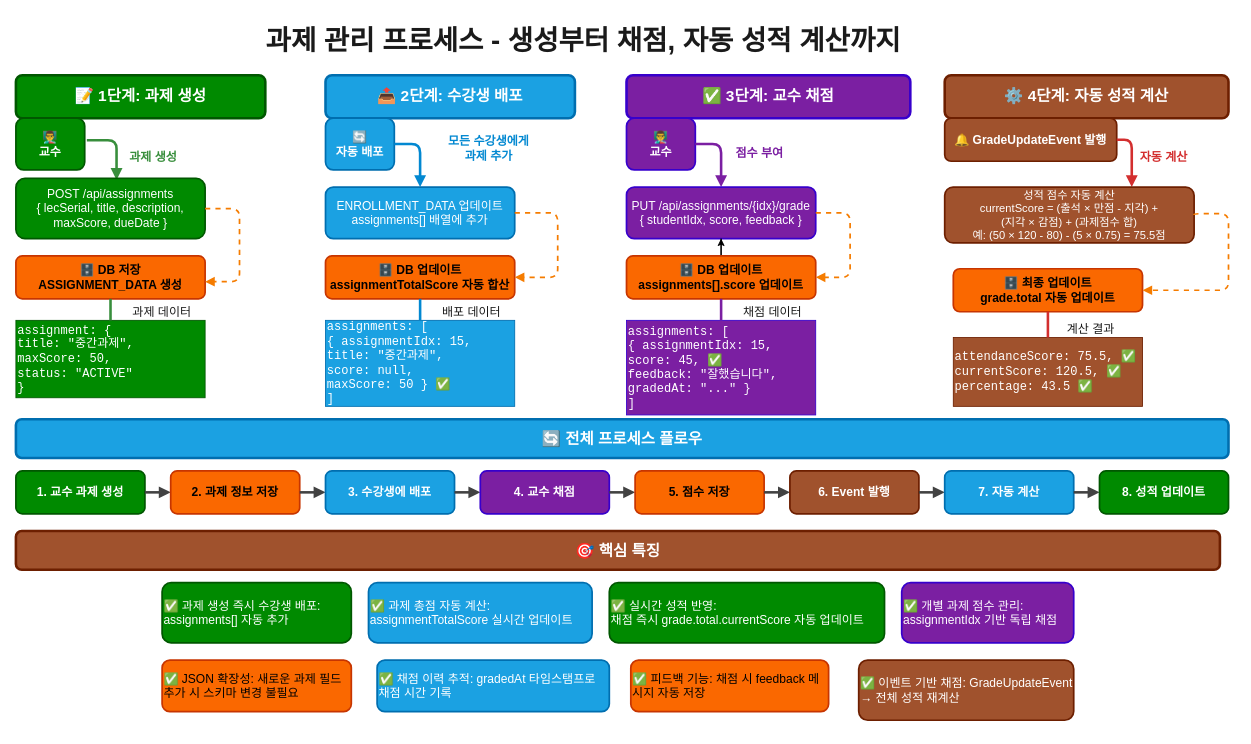
This is backend/BlueCrab/docs/강의관련문서-신판/PPT용 다이어그램/성적 관리 시스템/다이어그램2/04_과제관리_프로세스.drawio from hooting76/blue-crab-lms, a draw.io file, before an edit. Source tidied: cells renumbered, new cells numbered last; positions are measured from the earlier drawing's top-left corner, leaving out a move shared by most shapes. Both pictures are drawn from the tidied source at 86%, with x=0, y=0 at pixel (15, 15).
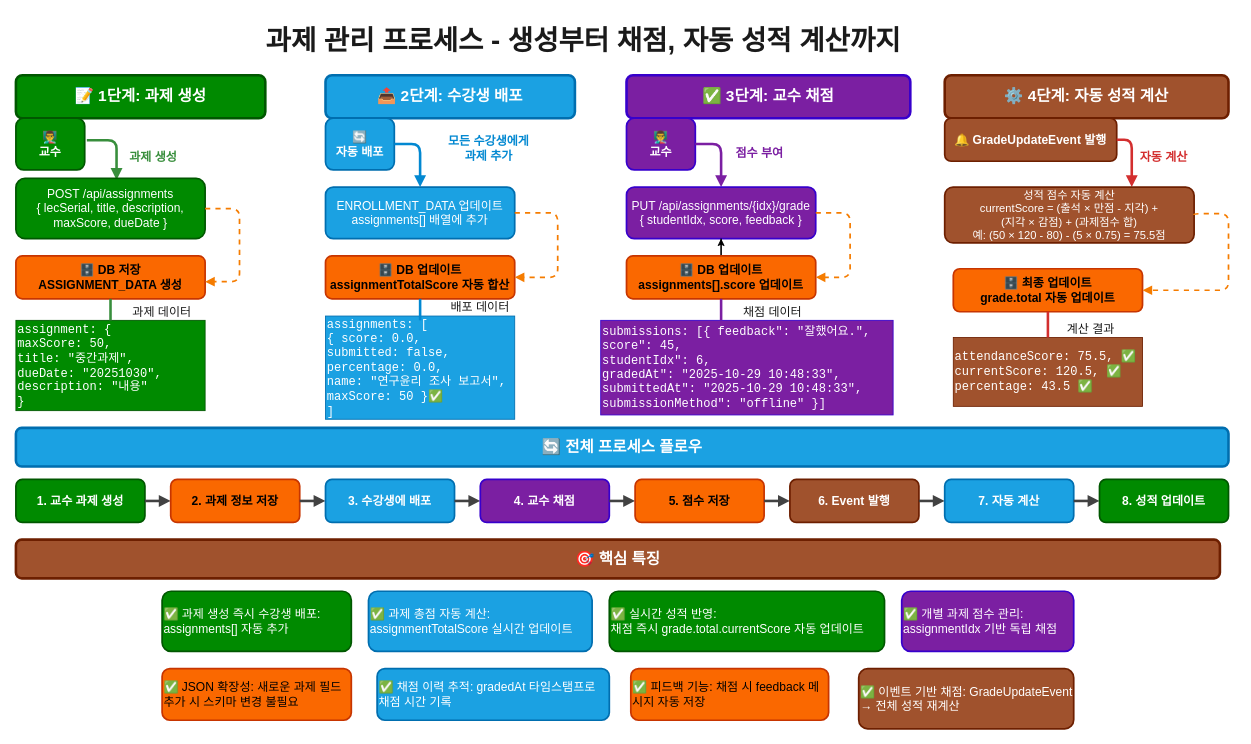
The same page after the edit.

Change to the diagram source:
```diff
@@
-    <mxCell id="10" value="assignment: {&#10;  title: &quot;중간과제&quot;,&#10;  maxScore: 50,&#10;  status: &quot;ACTIVE&quot;&#10;}" style="rounded=0;whiteSpace=wrap;html=1;fillColor=#008a00;strokeColor=#005700;strokeWidth=1;fontSize=14;fontColor=#ffffff;align=left;fontFamily=Courier New;" parent="1" vertex="1">
-      <mxGeometry y="355" width="220" height="90" as="geometry" />
+    <mxCell id="10" value="&lt;div&gt;assignment: {&lt;/div&gt;&lt;div&gt;maxScore: 50,&lt;/div&gt;&lt;div&gt;title: &quot;중간과제&quot;,&lt;/div&gt;&lt;div&gt;dueDate: &quot;20251030&quot;,&lt;/div&gt;&lt;div&gt;description: &quot;내용&quot;&lt;/div&gt;&lt;div&gt;}&lt;/div&gt;" style="rounded=0;whiteSpace=wrap;html=1;fillColor=#008a00;strokeColor=#005700;strokeWidth=1;fontSize=14;fontColor=#ffffff;align=left;fontFamily=Courier New;" parent="1" vertex="1">
+      <mxGeometry y="355" width="220" height="105" as="geometry" />
     </mxCell>
@@
-    <mxCell id="18" value="assignments: [&#10;  { assignmentIdx: 15,&#10;    title: &quot;중간과제&quot;,&#10;    score: null,&#10;    maxScore: 50 } ✅&#10;]" style="rounded=0;whiteSpace=wrap;html=1;fillColor=#1ba1e2;strokeColor=#006EAF;strokeWidth=1;fontSize=14;fontColor=#ffffff;align=left;fontFamily=Courier New;" parent="1" vertex="1">
-      <mxGeometry x="360" y="355" width="220" height="100" as="geometry" />
+    <mxCell id="18" value="&lt;div&gt;assignments: [&lt;/div&gt;&lt;div&gt;{ score: 0.0,&lt;/div&gt;&lt;div&gt;submitted: false,&lt;/div&gt;&lt;div&gt;percentage: 0.0,&lt;/div&gt;&lt;div&gt;name: &quot;연구윤리 조사 보고서&quot;,&lt;/div&gt;&lt;div&gt;maxScore: 50 }✅&lt;/div&gt;&lt;div&gt;]&lt;/div&gt;" style="rounded=0;whiteSpace=wrap;html=1;fillColor=#1ba1e2;strokeColor=#006EAF;strokeWidth=1;fontSize=14;fontColor=#ffffff;align=left;fontFamily=Courier New;" parent="1" vertex="1">
+      <mxGeometry x="360" y="350" width="220" height="120" as="geometry" />
     </mxCell>
@@
-    <mxCell id="27" value="assignments: [&#10;  { assignmentIdx: 15,&#10;    score: 45, ✅&#10;    feedback: &quot;잘했습니다&quot;,&#10;    gradedAt: &quot;...&quot; }&#10;]" style="rounded=0;whiteSpace=wrap;html=1;fillColor=light-dark(#7B1FA2,#FF66FF);strokeColor=#3700CC;strokeWidth=1;fontSize=14;fontColor=#ffffff;align=left;fontFamily=Courier New;" parent="1" vertex="1">
-      <mxGeometry x="710" y="355" width="220" height="110" as="geometry" />
+    <mxCell id="27" value="&lt;div&gt;submissions: [&lt;span style=&quot;background-color: transparent; color: light-dark(rgb(255, 255, 255), rgb(18, 18, 18));&quot;&gt;{ feedback&quot;: &quot;잘했어요.&quot;,&lt;/span&gt;&lt;/div&gt;&lt;div&gt;score&quot;: 45,&lt;/div&gt;&lt;div&gt;studentIdx&quot;: 6,&lt;/div&gt;&lt;div&gt;gradedAt&quot;: &quot;2025-10-29 10:48:33&quot;,&lt;/div&gt;&lt;div&gt;submittedAt&quot;: &quot;2025-10-29 10:48:33&quot;,&lt;/div&gt;&lt;div&gt;submissionMethod&quot;: &quot;offline&quot; }&lt;span style=&quot;background-color: transparent; color: light-dark(rgb(255, 255, 255), rgb(18, 18, 18));&quot;&gt;]&lt;/span&gt;&lt;/div&gt;" style="rounded=0;whiteSpace=wrap;html=1;fillColor=light-dark(#7B1FA2,#FF66FF);strokeColor=#3700CC;strokeWidth=1;fontSize=14;fontColor=#ffffff;align=left;fontFamily=Courier New;" parent="1" vertex="1">
+      <mxGeometry x="680" y="355" width="340" height="110" as="geometry" />
     </mxCell>
@@
     <mxCell id="36" value="🔄 전체 프로세스 플로우" style="rounded=1;whiteSpace=wrap;html=1;fillColor=#1ba1e2;strokeColor=#006EAF;strokeWidth=3;fontSize=18;fontColor=#ffffff;fontStyle=1;" parent="1" vertex="1">
-      <mxGeometry y="470" width="1410" height="45" as="geometry" />
+      <mxGeometry y="480" width="1410" height="45" as="geometry" />
     </mxCell>
     <mxCell id="37" value="1. 교수 과제 생성" style="rounded=1;whiteSpace=wrap;html=1;fillColor=#008a00;strokeColor=#005700;strokeWidth=2;fontSize=14;fontColor=#ffffff;fontStyle=1;" parent="1" vertex="1">
-      <mxGeometry y="530" width="150" height="50" as="geometry" />
+      <mxGeometry y="540" width="150" height="50" as="geometry" />
     </mxCell>
@@
     <mxCell id="39" value="2. 과제 정보 저장" style="rounded=1;whiteSpace=wrap;html=1;fillColor=#fa6800;strokeColor=#C73500;strokeWidth=2;fontSize=14;fontColor=#000000;fontStyle=1;" parent="1" vertex="1">
-      <mxGeometry x="180" y="530" width="150" height="50" as="geometry" />
+      <mxGeometry x="180" y="540" width="150" height="50" as="geometry" />
     </mxCell>
@@
     <mxCell id="41" value="3. 수강생에 배포" style="rounded=1;whiteSpace=wrap;html=1;fillColor=#1ba1e2;strokeColor=#006EAF;strokeWidth=2;fontSize=14;fontColor=#ffffff;fontStyle=1;" parent="1" vertex="1">
-      <mxGeometry x="360" y="530" width="150" height="50" as="geometry" />
+      <mxGeometry x="360" y="540" width="150" height="50" as="geometry" />
     </mxCell>
@@
     <mxCell id="43" value="4. 교수 채점" style="rounded=1;whiteSpace=wrap;html=1;fillColor=light-dark(#7B1FA2,#FF66FF);strokeColor=#3700CC;strokeWidth=2;fontSize=14;fontColor=#ffffff;fontStyle=1;" parent="1" vertex="1">
-      <mxGeometry x="540" y="530" width="150" height="50" as="geometry" />
+      <mxGeometry x="540" y="540" width="150" height="50" as="geometry" />
     </mxCell>
@@
     <mxCell id="45" value="5. 점수 저장" style="rounded=1;whiteSpace=wrap;html=1;fillColor=#fa6800;strokeColor=#C73500;strokeWidth=2;fontSize=14;fontColor=#000000;fontStyle=1;" parent="1" vertex="1">
-      <mxGeometry x="720" y="530" width="150" height="50" as="geometry" />
+      <mxGeometry x="720" y="540" width="150" height="50" as="geometry" />
     </mxCell>
@@
     <mxCell id="47" value="6. Event 발행" style="rounded=1;whiteSpace=wrap;html=1;fillColor=#a0522d;strokeColor=#6D1F00;strokeWidth=2;fontSize=14;fontColor=#ffffff;fontStyle=1;" parent="1" vertex="1">
-      <mxGeometry x="900" y="530" width="150" height="50" as="geometry" />
+      <mxGeometry x="900" y="540" width="150" height="50" as="geometry" />
     </mxCell>
@@
     <mxCell id="49" value="7. 자동 계산" style="rounded=1;whiteSpace=wrap;html=1;fillColor=#1ba1e2;strokeColor=#006EAF;strokeWidth=2;fontSize=14;fontColor=#ffffff;fontStyle=1;" parent="1" vertex="1">
-      <mxGeometry x="1080" y="530" width="150" height="50" as="geometry" />
+      <mxGeometry x="1080" y="540" width="150" height="50" as="geometry" />
     </mxCell>
@@
     <mxCell id="51" value="8. 성적 업데이트" style="rounded=1;whiteSpace=wrap;html=1;fillColor=#008a00;strokeColor=#005700;strokeWidth=2;fontSize=14;fontColor=#ffffff;fontStyle=1;" parent="1" vertex="1">
-      <mxGeometry x="1260" y="530" width="150" height="50" as="geometry" />
+      <mxGeometry x="1260" y="540" width="150" height="50" as="geometry" />
     </mxCell>
     <mxCell id="52" value="🎯 핵심 특징" style="rounded=1;whiteSpace=wrap;html=1;fillColor=#a0522d;strokeColor=#6D1F00;strokeWidth=3;fontSize=18;fontColor=#ffffff;fontStyle=1;" parent="1" vertex="1">
-      <mxGeometry y="600" width="1400" height="45" as="geometry" />
+      <mxGeometry y="610" width="1400" height="45" as="geometry" />
     </mxCell>
     <mxCell id="53" value="✅ 과제 생성 즉시 수강생 배포: assignments[] 자동 추가" style="rounded=1;whiteSpace=wrap;html=1;fillColor=#008a00;strokeColor=#005700;strokeWidth=2;fontSize=14;fontColor=#ffffff;align=left;" parent="1" vertex="1">
-      <mxGeometry x="170" y="660" width="220" height="70" as="geometry" />
+      <mxGeometry x="170" y="670" width="220" height="70" as="geometry" />
     </mxCell>
     <mxCell id="54" value="✅ 과제 총점 자동 계산: assignmentTotalScore 실시간 업데이트" style="rounded=1;whiteSpace=wrap;html=1;fillColor=#1ba1e2;strokeColor=#006EAF;strokeWidth=2;fontSize=14;fontColor=#ffffff;align=left;" parent="1" vertex="1">
-      <mxGeometry x="410" y="660" width="260" height="70" as="geometry" />
+      <mxGeometry x="410" y="670" width="260" height="70" as="geometry" />
     </mxCell>
     <mxCell id="55" value="✅ 이벤트 기반 채점: GradeUpdateEvent → 전체 성적 재계산" style="rounded=1;whiteSpace=wrap;html=1;fillColor=#a0522d;strokeColor=#6D1F00;strokeWidth=2;fontSize=14;fontColor=#ffffff;align=left;" parent="1" vertex="1">
-      <mxGeometry x="980" y="750" width="250" height="70" as="geometry" />
+      <mxGeometry x="980" y="760" width="250" height="70" as="geometry" />
     </mxCell>
     <mxCell id="56" value="✅ 실시간 성적 반영:&amp;nbsp;&lt;div&gt;채점 즉시 grade.total.currentScore 자동 업데이트&lt;/div&gt;" style="rounded=1;whiteSpace=wrap;html=1;fillColor=#008a00;strokeColor=#005700;strokeWidth=2;fontSize=14;fontColor=#ffffff;align=left;" parent="1" vertex="1">
-      <mxGeometry x="690" y="660" width="320" height="70" as="geometry" />
+      <mxGeometry x="690" y="670" width="320" height="70" as="geometry" />
     </mxCell>
     <mxCell id="57" value="✅ 개별 과제 점수 관리: assignmentIdx 기반 독립 채점" style="rounded=1;whiteSpace=wrap;html=1;fillColor=light-dark(#7B1FA2,#FF66FF);strokeColor=#3700CC;strokeWidth=2;fontSize=14;fontColor=#ffffff;align=left;" parent="1" vertex="1">
-      <mxGeometry x="1030" y="660" width="200" height="70" as="geometry" />
+      <mxGeometry x="1030" y="670" width="200" height="70" as="geometry" />
     </mxCell>
     <mxCell id="58" value="✅ 피드백 기능: 채점 시 feedback 메시지 자동 저장" style="rounded=1;whiteSpace=wrap;html=1;fillColor=#fa6800;strokeColor=#C73500;strokeWidth=2;fontSize=14;fontColor=#000000;align=left;" parent="1" vertex="1">
-      <mxGeometry x="715" y="750" width="230" height="60" as="geometry" />
+      <mxGeometry x="715" y="760" width="230" height="60" as="geometry" />
     </mxCell>
     <mxCell id="59" value="✅ 채점 이력 추적: gradedAt 타임스탬프로 채점 시간 기록" style="rounded=1;whiteSpace=wrap;html=1;fillColor=#1ba1e2;strokeColor=#006EAF;strokeWidth=2;fontSize=14;fontColor=#ffffff;align=left;" parent="1" vertex="1">
-      <mxGeometry x="420" y="750" width="270" height="60" as="geometry" />
+      <mxGeometry x="420" y="760" width="270" height="60" as="geometry" />
     </mxCell>
     <mxCell id="60" value="✅ JSON 확장성: 새로운 과제 필드 추가 시 스키마 변경 불필요" style="rounded=1;whiteSpace=wrap;html=1;fillColor=#fa6800;strokeColor=#C73500;strokeWidth=2;fontSize=14;fontColor=#000000;align=left;" parent="1" vertex="1">
-      <mxGeometry x="170" y="750" width="220" height="60" as="geometry" />
+      <mxGeometry x="170" y="760" width="220" height="60" as="geometry" />
     </mxCell>
@@
     <mxCell id="66" value="배포 데이터" style="text;html=1;strokeColor=none;fillColor=none;align=center;verticalAlign=middle;whiteSpace=wrap;rounded=0;fontSize=14;fontColor=light-dark(#1A1A1A,#000000);fontStyle=0;labelBackgroundColor=none;" parent="1" vertex="1">
-      <mxGeometry x="490" y="335" width="80" height="20" as="geometry" />
+      <mxGeometry x="500" y="330" width="80" height="20" as="geometry" />
     </mxCell>
```
